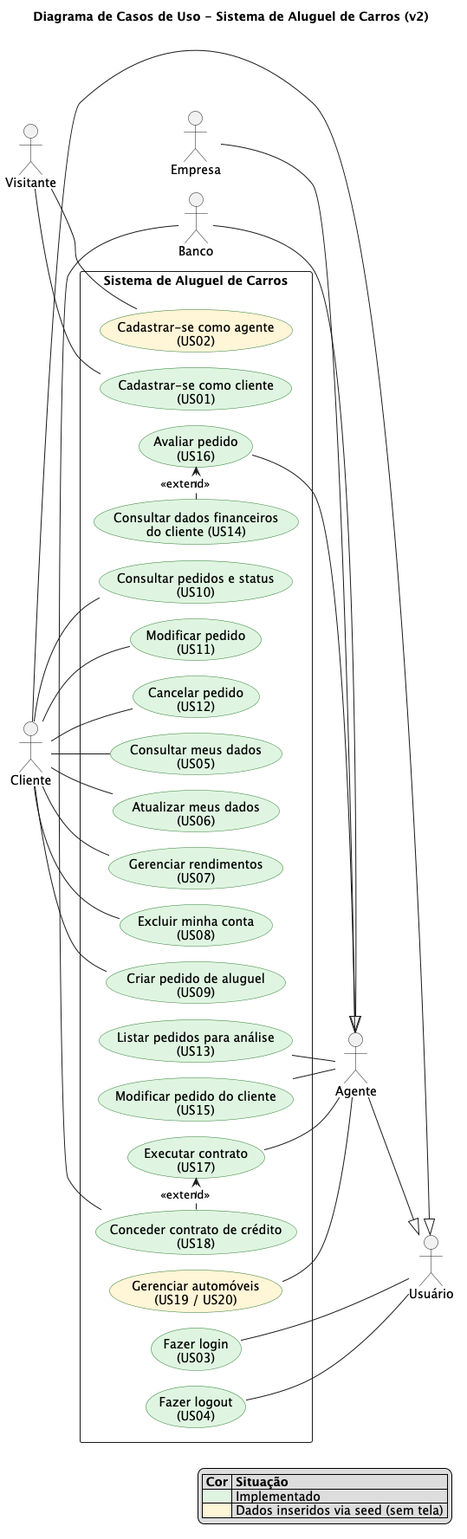
Earlier version of the PlantUML export docs/diagramas/casos-de-uso/v2/diagramav2-casos-de-uso.png (sophiafernandesc/car-rental-system). Its diagram source:
```plantuml
@startuml casos-de-uso
!pragma layout smetana

title Diagrama de Casos de Uso - Sistema de Aluguel de Carros (v2)

left to right direction
skinparam packageStyle rectangle
skinparam usecase {
  BackgroundColor #DFF5E1
  BorderColor #2E7D32
}

actor "Visitante" as Visitante
actor "Usuário" as Usuario
actor "Cliente" as Cliente
actor "Agente" as Agente
actor "Empresa" as Empresa
actor "Banco" as Banco

Cliente --|> Usuario
Agente --|> Usuario
Empresa --|> Agente
Banco --|> Agente

rectangle "Sistema de Aluguel de Carros" {
  usecase "Cadastrar-se como cliente\n(US01)" as UC01
  usecase "Cadastrar-se como agente\n(US02)" as UC02 #FFF4D6
  usecase "Fazer login\n(US03)" as UC03
  usecase "Fazer logout\n(US04)" as UC04

  usecase "Consultar meus dados\n(US05)" as UC05
  usecase "Atualizar meus dados\n(US06)" as UC06
  usecase "Gerenciar rendimentos\n(US07)" as UC07
  usecase "Excluir minha conta\n(US08)" as UC08

  usecase "Criar pedido de aluguel\n(US09)" as UC09
  usecase "Consultar pedidos e status\n(US10)" as UC10
  usecase "Modificar pedido\n(US11)" as UC11
  usecase "Cancelar pedido\n(US12)" as UC12

  usecase "Listar pedidos para análise\n(US13)" as UC13
  usecase "Consultar dados financeiros\ndo cliente (US14)" as UC14
  usecase "Modificar pedido do cliente\n(US15)" as UC15
  usecase "Avaliar pedido\n(US16)" as UC16
  usecase "Executar contrato\n(US17)" as UC17
  usecase "Gerenciar automóveis\n(US19 / US20)" as UC19 #FFF4D6

  usecase "Conceder contrato de crédito\n(US18)" as UC18
}

Visitante -- UC01
Visitante -- UC02

Usuario -- UC03
Usuario -- UC04

Cliente -- UC05
Cliente -- UC06
Cliente -- UC07
Cliente -- UC08
Cliente -- UC09
Cliente -- UC10
Cliente -- UC11
Cliente -- UC12

UC13 -- Agente
UC15 -- Agente
UC16 -- Agente
UC17 -- Agente
UC19 -- Agente
UC18 -- Banco

UC14 .> UC16 : <<extend>>
UC18 .> UC17 : <<extend>>

legend right
  |= Cor |= Situação |
  |<#DFF5E1>| Implementado |
  |<#FFF4D6>| Dados inseridos via seed (sem tela) |
endlegend

@enduml
```
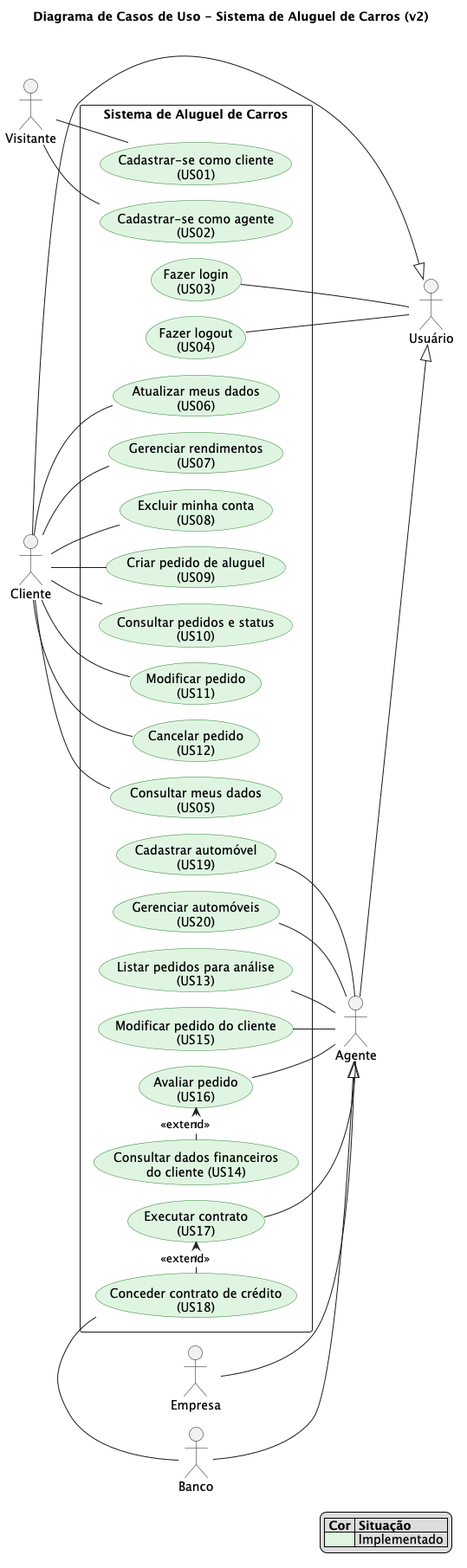
The same file after the commit.

Commit message:
docs: atualiza histórias, user flow, casos de uso v2 e README

Change to the diagram source:
```diff
@@ -24,7 +24,7 @@
 
 rectangle "Sistema de Aluguel de Carros" {
   usecase "Cadastrar-se como cliente\n(US01)" as UC01
-  usecase "Cadastrar-se como agente\n(US02)" as UC02 #FFF4D6
+  usecase "Cadastrar-se como agente\n(US02)" as UC02
   usecase "Fazer login\n(US03)" as UC03
   usecase "Fazer logout\n(US04)" as UC04
 
@@ -43,7 +43,8 @@
   usecase "Modificar pedido do cliente\n(US15)" as UC15
   usecase "Avaliar pedido\n(US16)" as UC16
   usecase "Executar contrato\n(US17)" as UC17
-  usecase "Gerenciar automóveis\n(US19 / US20)" as UC19 #FFF4D6
+  usecase "Cadastrar automóvel\n(US19)" as UC19
+  usecase "Gerenciar automóveis\n(US20)" as UC20
 
   usecase "Conceder contrato de crédito\n(US18)" as UC18
 }
@@ -68,6 +69,7 @@
 UC16 -- Agente
 UC17 -- Agente
 UC19 -- Agente
+UC20 -- Agente
 UC18 -- Banco
 
 UC14 .> UC16 : <<extend>>
@@ -76,7 +78,6 @@
 legend right
   |= Cor |= Situação |
   |<#DFF5E1>| Implementado |
-  |<#FFF4D6>| Dados inseridos via seed (sem tela) |
 endlegend
 
 @enduml
```
